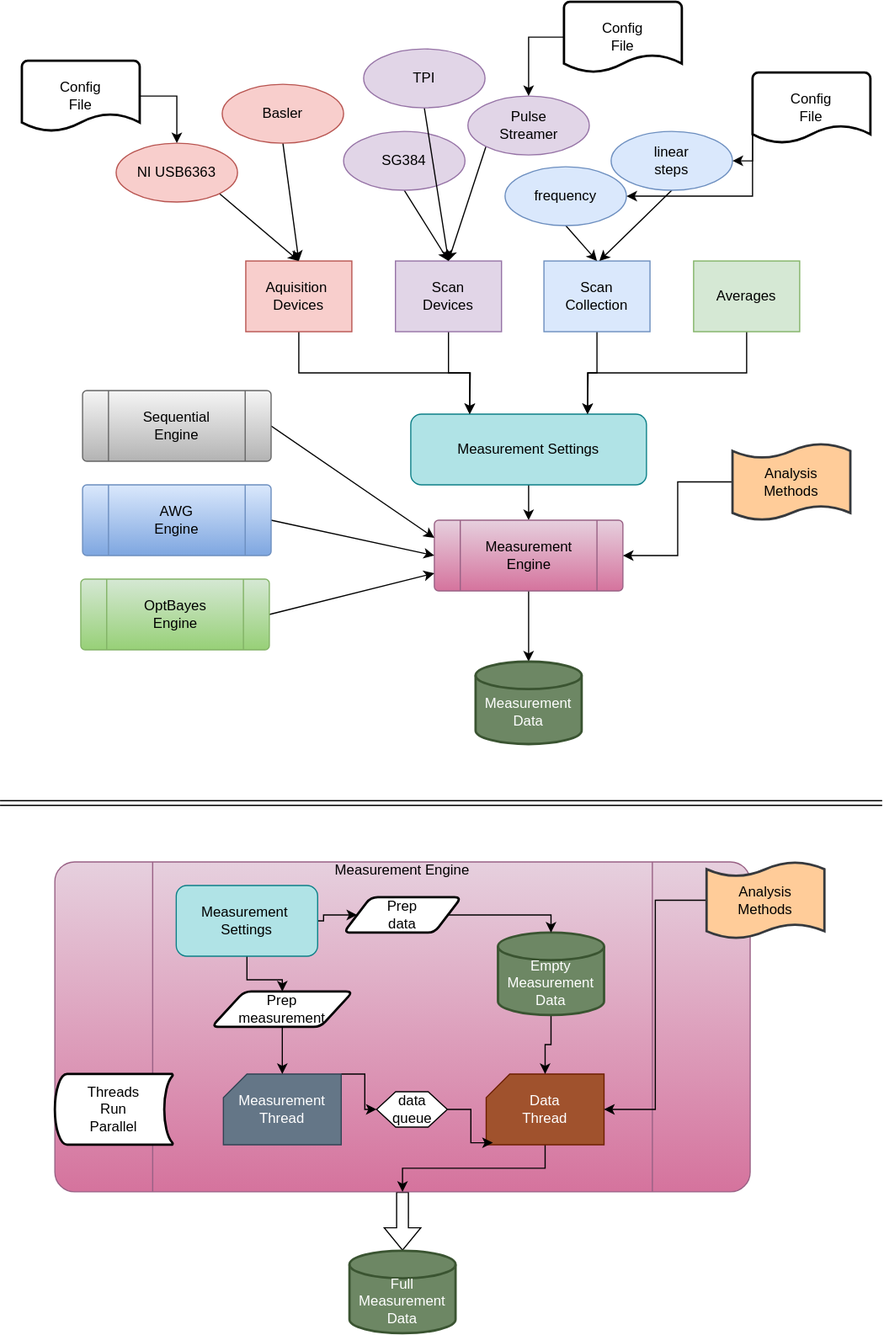
This is Baecon_overview.svg from olssonks/baecon, a draw.io export, as it was before one commit. Source tidied: cells renumbered, new cells last; positions are measured from the earlier drawing's top-left corner, leaving out a move shared by most shapes.
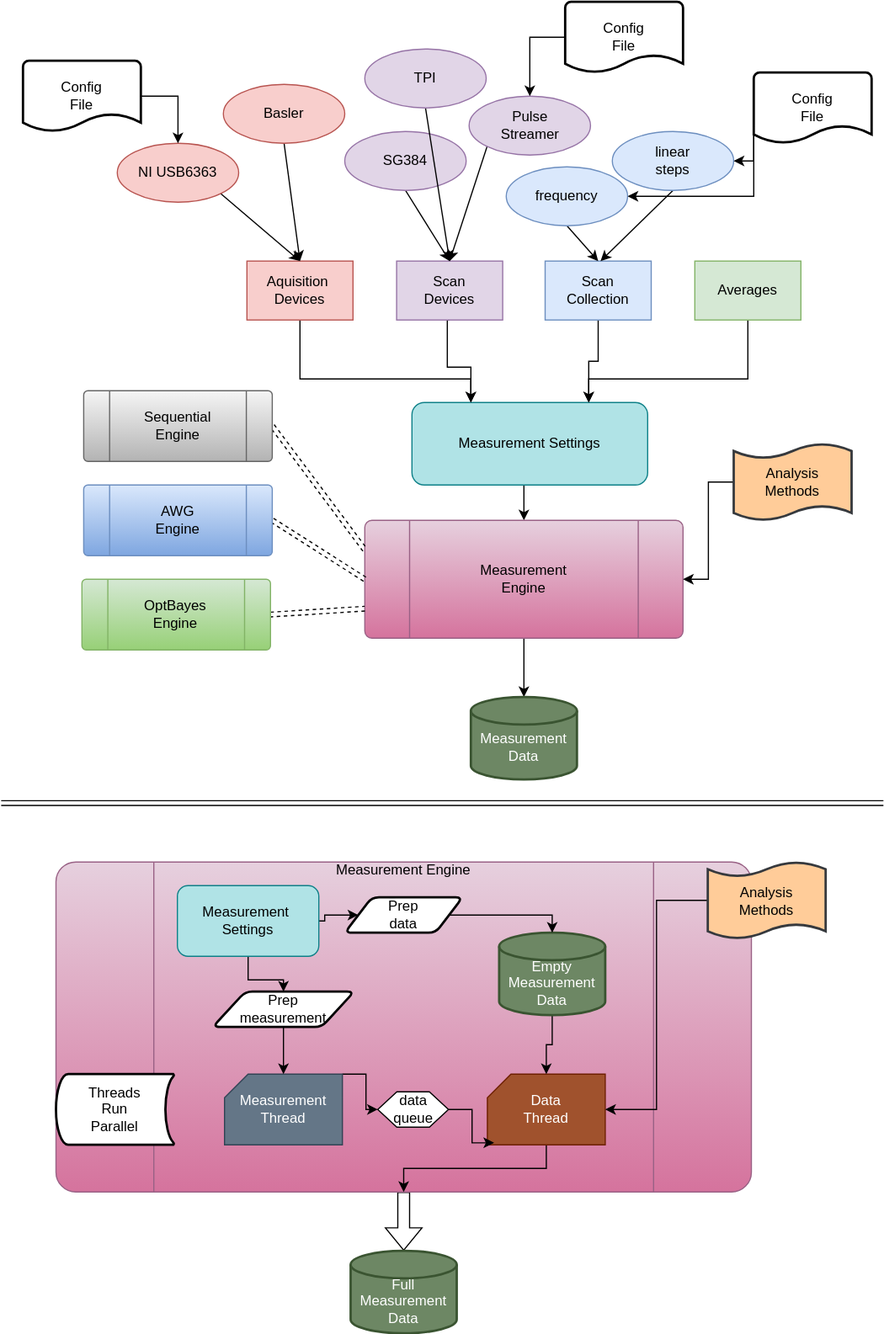
The same file after the commit.

What changed in the source:
```diff
@@ -6,35 +6,47 @@
       <mxGeometry relative="1" as="geometry" />
     </mxCell>
     <mxCell id="3" value="Measurement Settings" style="rounded=1;whiteSpace=wrap;html=1;fillColor=#b0e3e6;strokeColor=#0e8088;" parent="1" vertex="1">
-      <mxGeometry x="348" y="350" width="200" height="60" as="geometry" />
+      <mxGeometry x="348" y="340" width="200" height="70" as="geometry" />
     </mxCell>
     <mxCell id="4" style="edgeStyle=orthogonalEdgeStyle;rounded=0;jettySize=auto;html=1;exitX=0.5;exitY=1;exitDx=0;exitDy=0;entryX=0.25;entryY=0;entryDx=0;entryDy=0;" parent="1" edge="1" source="5" target="3">
-      <mxGeometry relative="1" as="geometry" />
+      <mxGeometry relative="1" as="geometry">
+        <Array as="points">
+          <mxPoint x="253" y="320" />
+          <mxPoint x="398" y="320" />
+        </Array>
+      </mxGeometry>
     </mxCell>
     <mxCell id="5" value="&lt;div&gt;Aquisition&amp;nbsp;&lt;/div&gt;&lt;div&gt;Devices&lt;/div&gt;" style="rounded=0;whiteSpace=wrap;html=1;fillColor=#f8cecc;strokeColor=#b85450;" parent="1" vertex="1">
-      <mxGeometry x="208" y="220" width="90" height="60" as="geometry" />
+      <mxGeometry x="208" y="220" width="90" height="50" as="geometry" />
     </mxCell>
-    <mxCell id="6" style="edgeStyle=orthogonalEdgeStyle;rounded=0;jettySize=auto;html=1;exitX=0.5;exitY=1;exitDx=0;exitDy=0;" parent="1" edge="1" source="7">
+    <mxCell id="6" style="edgeStyle=orthogonalEdgeStyle;rounded=0;jettySize=auto;html=1;exitX=0.5;exitY=1;exitDx=0;exitDy=0;entryX=0.25;entryY=0;entryDx=0;entryDy=0;" parent="1" edge="1" source="7" target="3">
       <mxGeometry relative="1" as="geometry">
-        <mxPoint x="398" y="350" as="targetPoint" />
+        <Array as="points">
+          <mxPoint x="378" y="270" />
+          <mxPoint x="378" y="310" />
+          <mxPoint x="398" y="310" />
+        </Array>
       </mxGeometry>
     </mxCell>
     <mxCell id="7" value="&lt;div&gt;Scan&lt;/div&gt;&lt;div&gt;Devices&lt;br&gt;&lt;/div&gt;" style="rounded=0;whiteSpace=wrap;html=1;fillColor=#e1d5e7;strokeColor=#9673a6;" parent="1" vertex="1">
-      <mxGeometry x="335" y="220" width="90" height="60" as="geometry" />
+      <mxGeometry x="335" y="220" width="90" height="50" as="geometry" />
     </mxCell>
     <mxCell id="8" style="edgeStyle=orthogonalEdgeStyle;rounded=0;jettySize=auto;html=1;exitX=0.5;exitY=1;exitDx=0;exitDy=0;entryX=0.75;entryY=0;entryDx=0;entryDy=0;" parent="1" edge="1" source="9" target="3">
       <mxGeometry relative="1" as="geometry" />
     </mxCell>
     <mxCell id="9" value="&lt;div&gt;Scan&lt;/div&gt;&lt;div&gt;Collection&lt;br&gt;&lt;/div&gt;" style="rounded=0;whiteSpace=wrap;html=1;fillColor=#dae8fc;strokeColor=#6c8ebf;" parent="1" vertex="1">
-      <mxGeometry x="461" y="220" width="90" height="60" as="geometry" />
+      <mxGeometry x="461" y="220" width="90" height="50" as="geometry" />
     </mxCell>
-    <mxCell id="10" style="edgeStyle=orthogonalEdgeStyle;rounded=0;jettySize=auto;html=1;exitX=0.5;exitY=1;exitDx=0;exitDy=0;" parent="1" edge="1" source="11">
+    <mxCell id="10" style="edgeStyle=orthogonalEdgeStyle;rounded=0;jettySize=auto;html=1;exitX=0.5;exitY=1;exitDx=0;exitDy=0;entryX=0.75;entryY=0;entryDx=0;entryDy=0;" parent="1" edge="1" source="11" target="3">
       <mxGeometry relative="1" as="geometry">
-        <mxPoint x="498" y="350" as="targetPoint" />
+        <Array as="points">
+          <mxPoint x="633" y="320" />
+          <mxPoint x="498" y="320" />
+        </Array>
       </mxGeometry>
     </mxCell>
     <mxCell id="11" value="&lt;div&gt;Averages&lt;/div&gt;" style="rounded=0;whiteSpace=wrap;html=1;fillColor=#d5e8d4;strokeColor=#82b366;" parent="1" vertex="1">
-      <mxGeometry x="588" y="220" width="90" height="60" as="geometry" />
+      <mxGeometry x="588" y="220" width="90" height="50" as="geometry" />
     </mxCell>
     <mxCell id="12" style="rounded=0;jettySize=auto;html=1;exitX=1;exitY=1;exitDx=0;exitDy=0;entryX=0.5;entryY=0;entryDx=0;entryDy=0;" parent="1" edge="1" source="13" target="5">
       <mxGeometry relative="1" as="geometry" />
@@ -84,21 +96,21 @@
       <mxGeometry relative="1" as="geometry" />
     </mxCell>
     <mxCell id="27" value="&lt;div&gt;Measurement&lt;/div&gt;&lt;div&gt;Engine&lt;br&gt;&lt;/div&gt;" style="verticalLabelPosition=middle;verticalAlign=middle;html=1;shape=process;whiteSpace=wrap;rounded=1;size=0.14;arcSize=6;labelPosition=center;align=center;fillColor=#e6d0de;gradientColor=#d5739d;strokeColor=#996185;" parent="1" vertex="1">
-      <mxGeometry x="368" y="440" width="160" height="60" as="geometry" />
+      <mxGeometry x="308" y="440" width="270" height="100" as="geometry" />
     </mxCell>
-    <mxCell id="28" style="rounded=0;jettySize=auto;html=1;exitX=1;exitY=0.5;exitDx=0;exitDy=0;entryX=0;entryY=0.25;entryDx=0;entryDy=0;shadow=0;" parent="1" edge="1" source="29" target="27">
+    <mxCell id="28" style="rounded=0;jettySize=auto;html=1;exitX=1;exitY=0.5;exitDx=0;exitDy=0;entryX=0;entryY=0.25;entryDx=0;entryDy=0;shadow=0;shape=link;dashed=1;" parent="1" edge="1" source="29" target="27">
       <mxGeometry relative="1" as="geometry" />
     </mxCell>
     <mxCell id="29" value="&lt;div&gt;Sequential&lt;br&gt;&lt;/div&gt;&lt;div&gt;Engine&lt;br&gt;&lt;/div&gt;" style="verticalLabelPosition=middle;verticalAlign=middle;html=1;shape=process;whiteSpace=wrap;rounded=1;size=0.14;arcSize=6;labelPosition=center;align=center;fillColor=#f5f5f5;gradientColor=#b3b3b3;strokeColor=#666666;" parent="1" vertex="1">
       <mxGeometry x="69.5" y="330" width="160" height="60" as="geometry" />
     </mxCell>
-    <mxCell id="30" style="rounded=0;jettySize=auto;html=1;exitX=1;exitY=0.5;exitDx=0;exitDy=0;entryX=0;entryY=0.5;entryDx=0;entryDy=0;shadow=0;" parent="1" edge="1" source="31" target="27">
+    <mxCell id="30" style="rounded=0;jettySize=auto;html=1;exitX=1;exitY=0.5;exitDx=0;exitDy=0;entryX=0;entryY=0.5;entryDx=0;entryDy=0;shadow=0;shape=link;dashed=1;" parent="1" edge="1" source="31" target="27">
       <mxGeometry relative="1" as="geometry" />
     </mxCell>
     <mxCell id="31" value="&lt;div&gt;AWG&lt;br&gt;&lt;/div&gt;&lt;div&gt;Engine&lt;br&gt;&lt;/div&gt;" style="verticalLabelPosition=middle;verticalAlign=middle;html=1;shape=process;whiteSpace=wrap;rounded=1;size=0.14;arcSize=6;labelPosition=center;align=center;fillColor=#dae8fc;gradientColor=#7ea6e0;strokeColor=#6c8ebf;" parent="1" vertex="1">
       <mxGeometry x="69.5" y="410" width="160" height="60" as="geometry" />
     </mxCell>
-    <mxCell id="32" style="rounded=0;jettySize=auto;html=1;exitX=1;exitY=0.5;exitDx=0;exitDy=0;shadow=0;entryX=0;entryY=0.75;entryDx=0;entryDy=0;" parent="1" edge="1" source="33" target="27">
+    <mxCell id="32" style="rounded=0;jettySize=auto;html=1;exitX=1;exitY=0.5;exitDx=0;exitDy=0;shadow=0;entryX=0;entryY=0.75;entryDx=0;entryDy=0;shape=link;dashed=1;" parent="1" edge="1" source="33" target="27">
       <mxGeometry relative="1" as="geometry" />
     </mxCell>
     <mxCell id="33" value="&lt;div&gt;OptBayes&lt;br&gt;&lt;/div&gt;&lt;div&gt;Engine&lt;br&gt;&lt;/div&gt;" style="verticalLabelPosition=middle;verticalAlign=middle;html=1;shape=process;whiteSpace=wrap;rounded=1;size=0.14;arcSize=6;labelPosition=center;align=center;fillColor=#d5e8d4;gradientColor=#97d077;strokeColor=#82b366;" parent="1" vertex="1">
@@ -111,7 +123,7 @@
       <mxGeometry x="621" y="375" width="100" height="65" as="geometry" />
     </mxCell>
     <mxCell id="36" value="&lt;div&gt;Measurement&lt;/div&gt;&lt;div&gt;Data&lt;br&gt;&lt;/div&gt;" style="strokeWidth=2;html=1;shape=mxgraph.flowchart.database;whiteSpace=wrap;spacingTop=15;fillColor=#6d8764;fontColor=#ffffff;strokeColor=#3A5431;" parent="1" vertex="1">
-      <mxGeometry x="403" y="560" width="90" height="70" as="geometry" />
+      <mxGeometry x="398" y="590" width="90" height="70" as="geometry" />
     </mxCell>
     <mxCell id="37" style="edgeStyle=orthogonalEdgeStyle;rounded=0;jettySize=auto;html=1;exitX=0.5;exitY=1;exitDx=0;exitDy=0;entryX=0.5;entryY=0;entryDx=0;entryDy=0;entryPerimeter=0;shape=flexArrow;" parent="1" edge="1" source="38" target="63">
       <mxGeometry relative="1" as="geometry" />
```
